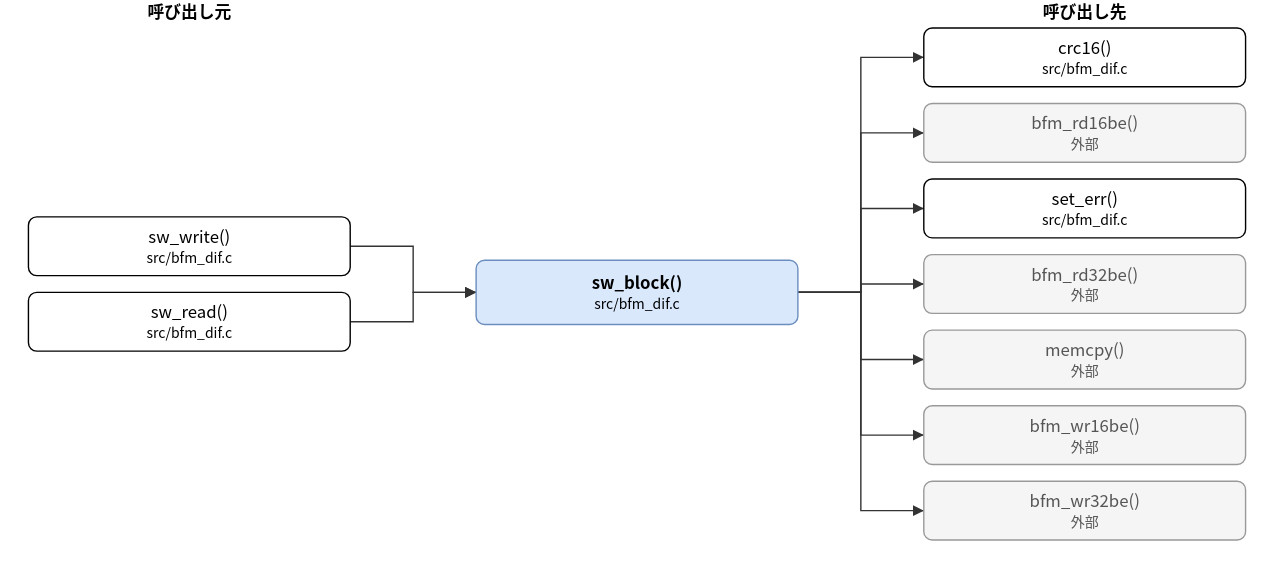
The draw.io diagram doc/spec/images/call_src_bfm_dif-sw_block.drawio.svg in hf355051012-ai/bfmem, before a commit. Source tidied: cells renumbered, new cells last; positions are measured from the earlier drawing's top-left corner, leaving out a move shared by most shapes. Its diagram source:
```xml
<mxGraphModel>
  <root>
    <mxCell id="0" />
    <mxCell id="1" parent="0" />
    <mxCell id="2" value="sw_block()&lt;br&gt;&lt;font style=&quot;font-size:10px&quot;&gt;src/bfm_dif.c&lt;/font&gt;" style="rounded=1;whiteSpace=wrap;html=1;fillColor=#dae8fc;strokeColor=#6c8ebf;fontStyle=1;" parent="1" vertex="1">
      <mxGeometry x="320" y="186" width="230" height="46" as="geometry" />
    </mxCell>
    <mxCell id="3" value="sw_write()&lt;br&gt;&lt;font style=&quot;font-size:10px&quot;&gt;src/bfm_dif.c&lt;/font&gt;" style="rounded=1;whiteSpace=wrap;html=1;" parent="1" vertex="1">
      <mxGeometry y="155" width="230" height="42" as="geometry" />
    </mxCell>
    <mxCell id="4" value="sw_read()&lt;br&gt;&lt;font style=&quot;font-size:10px&quot;&gt;src/bfm_dif.c&lt;/font&gt;" style="rounded=1;whiteSpace=wrap;html=1;" parent="1" vertex="1">
      <mxGeometry y="209" width="230" height="42" as="geometry" />
    </mxCell>
    <mxCell id="5" value="crc16()&lt;br&gt;&lt;font style=&quot;font-size:10px&quot;&gt;src/bfm_dif.c&lt;/font&gt;" style="rounded=1;whiteSpace=wrap;html=1;" parent="1" vertex="1">
      <mxGeometry x="640" y="20" width="230" height="42" as="geometry" />
    </mxCell>
    <mxCell id="6" value="bfm_rd16be()&lt;br&gt;&lt;font style=&quot;font-size:10px&quot;&gt;外部&lt;/font&gt;" style="rounded=1;whiteSpace=wrap;html=1;fillColor=#f5f5f5;strokeColor=#999999;fontColor=#555555;" parent="1" vertex="1">
      <mxGeometry x="640" y="74" width="230" height="42" as="geometry" />
    </mxCell>
    <mxCell id="7" value="set_err()&lt;br&gt;&lt;font style=&quot;font-size:10px&quot;&gt;src/bfm_dif.c&lt;/font&gt;" style="rounded=1;whiteSpace=wrap;html=1;" parent="1" vertex="1">
      <mxGeometry x="640" y="128" width="230" height="42" as="geometry" />
    </mxCell>
    <mxCell id="8" value="bfm_rd32be()&lt;br&gt;&lt;font style=&quot;font-size:10px&quot;&gt;外部&lt;/font&gt;" style="rounded=1;whiteSpace=wrap;html=1;fillColor=#f5f5f5;strokeColor=#999999;fontColor=#555555;" parent="1" vertex="1">
      <mxGeometry x="640" y="182" width="230" height="42" as="geometry" />
    </mxCell>
    <mxCell id="9" value="memcpy()&lt;br&gt;&lt;font style=&quot;font-size:10px&quot;&gt;外部&lt;/font&gt;" style="rounded=1;whiteSpace=wrap;html=1;fillColor=#f5f5f5;strokeColor=#999999;fontColor=#555555;" parent="1" vertex="1">
      <mxGeometry x="640" y="236" width="230" height="42" as="geometry" />
    </mxCell>
    <mxCell id="10" value="bfm_wr16be()&lt;br&gt;&lt;font style=&quot;font-size:10px&quot;&gt;外部&lt;/font&gt;" style="rounded=1;whiteSpace=wrap;html=1;fillColor=#f5f5f5;strokeColor=#999999;fontColor=#555555;" parent="1" vertex="1">
      <mxGeometry x="640" y="290" width="230" height="42" as="geometry" />
    </mxCell>
    <mxCell id="11" value="bfm_wr32be()&lt;br&gt;&lt;font style=&quot;font-size:10px&quot;&gt;外部&lt;/font&gt;" style="rounded=1;whiteSpace=wrap;html=1;fillColor=#f5f5f5;strokeColor=#999999;fontColor=#555555;" parent="1" vertex="1">
      <mxGeometry x="640" y="344" width="230" height="42" as="geometry" />
    </mxCell>
    <mxCell id="12" style="edgeStyle=none;html=1;rounded=0;endArrow=block;endFill=1;exitX=1.0000;exitY=0.5000;exitDx=0;exitDy=0;exitPerimeter=0;entryX=0.0000;entryY=0.5000;entryDx=0;entryDy=0;entryPerimeter=0;" parent="1" edge="1" source="3" target="2">
      <mxGeometry relative="1" as="geometry">
        <Array as="points">
          <mxPoint x="275" y="176" />
          <mxPoint x="275" y="209" />
        </Array>
      </mxGeometry>
    </mxCell>
    <mxCell id="13" style="edgeStyle=none;html=1;rounded=0;endArrow=block;endFill=1;exitX=1.0000;exitY=0.5000;exitDx=0;exitDy=0;exitPerimeter=0;entryX=0.0000;entryY=0.5000;entryDx=0;entryDy=0;entryPerimeter=0;" parent="1" edge="1" source="4" target="2">
      <mxGeometry relative="1" as="geometry">
        <Array as="points">
          <mxPoint x="275" y="230" />
          <mxPoint x="275" y="209" />
        </Array>
      </mxGeometry>
    </mxCell>
    <mxCell id="14" style="edgeStyle=none;html=1;rounded=0;endArrow=block;endFill=1;exitX=1.0000;exitY=0.5000;exitDx=0;exitDy=0;exitPerimeter=0;entryX=0.0000;entryY=0.5000;entryDx=0;entryDy=0;entryPerimeter=0;" parent="1" edge="1" source="2" target="5">
      <mxGeometry relative="1" as="geometry">
        <Array as="points">
          <mxPoint x="595" y="209" />
          <mxPoint x="595" y="41" />
        </Array>
      </mxGeometry>
    </mxCell>
    <mxCell id="15" style="edgeStyle=none;html=1;rounded=0;endArrow=block;endFill=1;exitX=1.0000;exitY=0.5000;exitDx=0;exitDy=0;exitPerimeter=0;entryX=0.0000;entryY=0.5000;entryDx=0;entryDy=0;entryPerimeter=0;" parent="1" edge="1" source="2" target="6">
      <mxGeometry relative="1" as="geometry">
        <Array as="points">
          <mxPoint x="595" y="209" />
          <mxPoint x="595" y="95" />
        </Array>
      </mxGeometry>
    </mxCell>
    <mxCell id="16" style="edgeStyle=none;html=1;rounded=0;endArrow=block;endFill=1;exitX=1.0000;exitY=0.5000;exitDx=0;exitDy=0;exitPerimeter=0;entryX=0.0000;entryY=0.5000;entryDx=0;entryDy=0;entryPerimeter=0;" parent="1" edge="1" source="2" target="7">
      <mxGeometry relative="1" as="geometry">
        <Array as="points">
          <mxPoint x="595" y="209" />
          <mxPoint x="595" y="149" />
        </Array>
      </mxGeometry>
    </mxCell>
    <mxCell id="17" style="edgeStyle=none;html=1;rounded=0;endArrow=block;endFill=1;exitX=1.0000;exitY=0.5000;exitDx=0;exitDy=0;exitPerimeter=0;entryX=0.0000;entryY=0.5000;entryDx=0;entryDy=0;entryPerimeter=0;" parent="1" edge="1" source="2" target="8">
      <mxGeometry relative="1" as="geometry">
        <Array as="points">
          <mxPoint x="595" y="209" />
          <mxPoint x="595" y="203" />
        </Array>
      </mxGeometry>
    </mxCell>
    <mxCell id="18" style="edgeStyle=none;html=1;rounded=0;endArrow=block;endFill=1;exitX=1.0000;exitY=0.5000;exitDx=0;exitDy=0;exitPerimeter=0;entryX=0.0000;entryY=0.5000;entryDx=0;entryDy=0;entryPerimeter=0;" parent="1" edge="1" source="2" target="9">
      <mxGeometry relative="1" as="geometry">
        <Array as="points">
          <mxPoint x="595" y="209" />
          <mxPoint x="595" y="257" />
        </Array>
      </mxGeometry>
    </mxCell>
    <mxCell id="19" style="edgeStyle=none;html=1;rounded=0;endArrow=block;endFill=1;exitX=1.0000;exitY=0.5000;exitDx=0;exitDy=0;exitPerimeter=0;entryX=0.0000;entryY=0.5000;entryDx=0;entryDy=0;entryPerimeter=0;" parent="1" edge="1" source="2" target="10">
      <mxGeometry relative="1" as="geometry">
        <Array as="points">
          <mxPoint x="595" y="209" />
          <mxPoint x="595" y="311" />
        </Array>
      </mxGeometry>
    </mxCell>
    <mxCell id="20" style="edgeStyle=none;html=1;rounded=0;endArrow=block;endFill=1;exitX=1.0000;exitY=0.5000;exitDx=0;exitDy=0;exitPerimeter=0;entryX=0.0000;entryY=0.5000;entryDx=0;entryDy=0;entryPerimeter=0;" parent="1" edge="1" source="2" target="11">
      <mxGeometry relative="1" as="geometry">
        <Array as="points">
          <mxPoint x="595" y="209" />
          <mxPoint x="595" y="365" />
        </Array>
      </mxGeometry>
    </mxCell>
    <mxCell id="21" value="呼び出し元" style="text;html=1;align=center;fontStyle=1;" parent="1" vertex="1">
      <mxGeometry x="35" width="160" height="18" as="geometry" />
    </mxCell>
    <mxCell id="22" value="呼び出し先" style="text;html=1;align=center;fontStyle=1;" parent="1" vertex="1">
      <mxGeometry x="675" width="160" height="18" as="geometry" />
    </mxCell>
  </root>
</mxGraphModel>
```
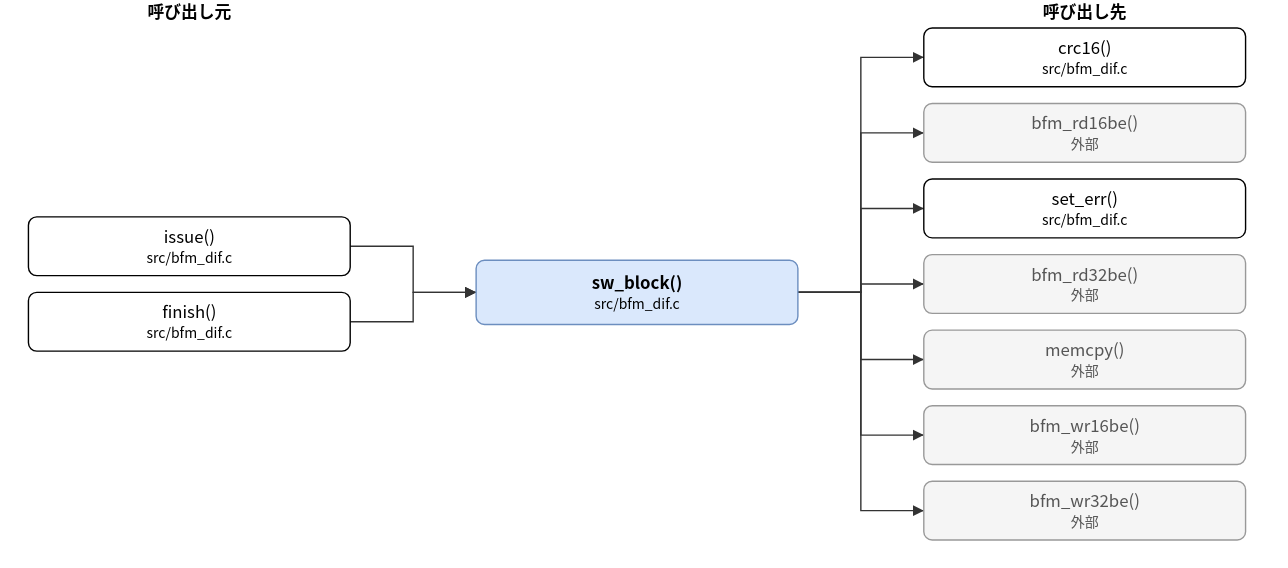
The same diagram one commit later.

Change to the diagram source:
```diff
@@ -5,10 +5,10 @@
     <mxCell id="2" value="sw_block()&lt;br&gt;&lt;font style=&quot;font-size:10px&quot;&gt;src/bfm_dif.c&lt;/font&gt;" style="rounded=1;whiteSpace=wrap;html=1;fillColor=#dae8fc;strokeColor=#6c8ebf;fontStyle=1;" parent="1" vertex="1">
       <mxGeometry x="320" y="186" width="230" height="46" as="geometry" />
     </mxCell>
-    <mxCell id="3" value="sw_write()&lt;br&gt;&lt;font style=&quot;font-size:10px&quot;&gt;src/bfm_dif.c&lt;/font&gt;" style="rounded=1;whiteSpace=wrap;html=1;" parent="1" vertex="1">
+    <mxCell id="3" value="issue()&lt;br&gt;&lt;font style=&quot;font-size:10px&quot;&gt;src/bfm_dif.c&lt;/font&gt;" style="rounded=1;whiteSpace=wrap;html=1;" parent="1" vertex="1">
       <mxGeometry y="155" width="230" height="42" as="geometry" />
     </mxCell>
-    <mxCell id="4" value="sw_read()&lt;br&gt;&lt;font style=&quot;font-size:10px&quot;&gt;src/bfm_dif.c&lt;/font&gt;" style="rounded=1;whiteSpace=wrap;html=1;" parent="1" vertex="1">
+    <mxCell id="4" value="finish()&lt;br&gt;&lt;font style=&quot;font-size:10px&quot;&gt;src/bfm_dif.c&lt;/font&gt;" style="rounded=1;whiteSpace=wrap;html=1;" parent="1" vertex="1">
       <mxGeometry y="209" width="230" height="42" as="geometry" />
     </mxCell>
     <mxCell id="5" value="crc16()&lt;br&gt;&lt;font style=&quot;font-size:10px&quot;&gt;src/bfm_dif.c&lt;/font&gt;" style="rounded=1;whiteSpace=wrap;html=1;" parent="1" vertex="1">
```
